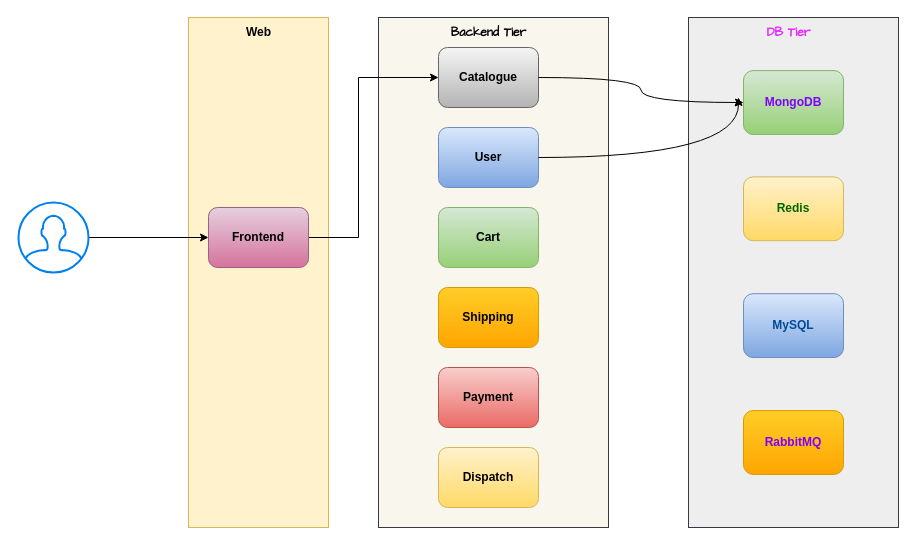
The draw.io diagram roboshop.drawio in daws-84s/diagrams, before the edit. Source tidied: cells renumbered, new cells numbered last; positions are measured from the earlier drawing's top-left corner, leaving out a move shared by most shapes. Both pictures are drawn from the tidied source at 100%, with x=0, y=0 at pixel (18, 17).
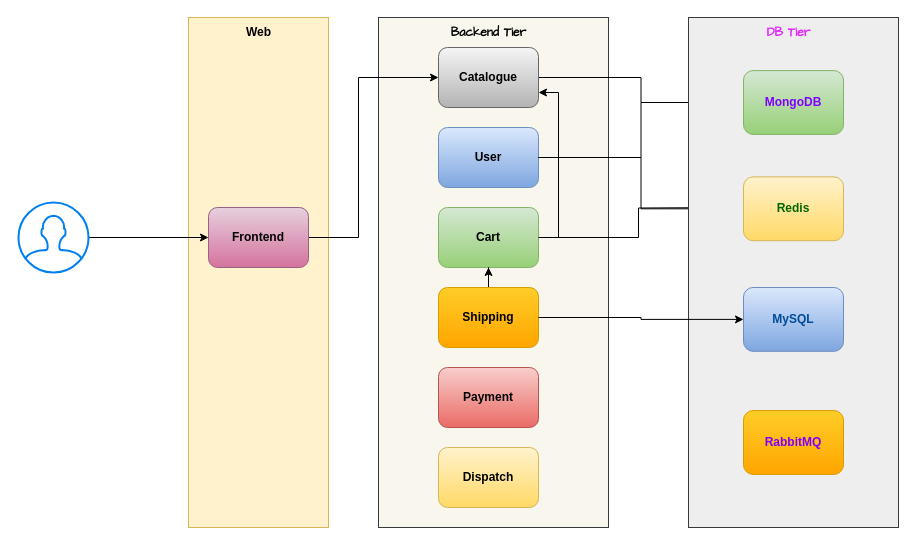
Above is the later version.

Unchanged cells that the change refers to:
```xml
<mxCell id="4" value="&lt;b&gt;Catalogue&lt;/b&gt;" style="rounded=1;whiteSpace=wrap;html=1;fillColor=#f5f5f5;gradientColor=#b3b3b3;strokeColor=#666666;" parent="1" vertex="1">
  <mxGeometry x="420" y="30" width="100" height="60" as="geometry" />
</mxCell>
<mxCell id="5" value="&lt;b&gt;User&lt;/b&gt;" style="rounded=1;whiteSpace=wrap;html=1;fillColor=#dae8fc;gradientColor=#7ea6e0;strokeColor=#6c8ebf;" parent="1" vertex="1">
  <mxGeometry x="420" y="110" width="100" height="60" as="geometry" />
</mxCell>
<mxCell id="6" value="&lt;b&gt;Cart&lt;/b&gt;" style="rounded=1;whiteSpace=wrap;html=1;fillColor=#d5e8d4;gradientColor=#97d077;strokeColor=#82b366;" parent="1" vertex="1">
  <mxGeometry x="420" y="190" width="100" height="60" as="geometry" />
</mxCell>
<mxCell id="7" value="&lt;b&gt;Shipping&lt;/b&gt;" style="rounded=1;whiteSpace=wrap;html=1;fillColor=#ffcd28;gradientColor=#ffa500;strokeColor=#d79b00;" parent="1" vertex="1">
  <mxGeometry x="420" y="270" width="100" height="60" as="geometry" />
</mxCell>
<mxCell id="11" value="&lt;b&gt;Frontend&lt;/b&gt;" style="rounded=1;whiteSpace=wrap;html=1;fillColor=#e6d0de;gradientColor=#d5739d;strokeColor=#996185;" parent="1" vertex="1">
  <mxGeometry x="190" y="190" width="100" height="60" as="geometry" />
</mxCell>
<mxCell id="17" value="&lt;b&gt;&lt;font style=&quot;color: rgb(127, 0, 255);&quot;&gt;MongoDB&lt;/font&gt;&lt;/b&gt;" style="rounded=1;whiteSpace=wrap;html=1;fillColor=#d5e8d4;gradientColor=#97d077;strokeColor=#82b366;" parent="16" vertex="1">
  <mxGeometry y="53.1" width="100" height="63.8" as="geometry" />
</mxCell>
<mxCell id="18" value="&lt;b&gt;&lt;font style=&quot;color: rgb(0, 102, 0);&quot;&gt;Redis&lt;/font&gt;&lt;/b&gt;" style="rounded=1;whiteSpace=wrap;html=1;fillColor=#fff2cc;gradientColor=#ffd966;strokeColor=#d6b656;" parent="16" vertex="1">
  <mxGeometry y="159.4" width="100" height="63.8" as="geometry" />
</mxCell>
```

The edit, as a diff of the source:
```diff
@@
+    <mxCell id="22" style="edgeStyle=orthogonalEdgeStyle;rounded=0;jettySize=auto;html=1;entryX=0;entryY=0.5;entryDx=0;entryDy=0;flowAnimation=1;" parent="1" edge="1" source="4" target="17">
+      <mxGeometry relative="1" as="geometry" />
+    </mxCell>
@@
+    <mxCell id="26" style="edgeStyle=orthogonalEdgeStyle;rounded=0;jettySize=auto;html=1;entryX=1;entryY=0.75;entryDx=0;entryDy=0;flowAnimation=1;" parent="1" edge="1" source="6" target="4">
+      <mxGeometry relative="1" as="geometry">
+        <Array as="points">
+          <mxPoint x="540" y="220" />
+          <mxPoint x="540" y="75" />
+        </Array>
+      </mxGeometry>
+    </mxCell>
@@
+    <mxCell id="27" style="edgeStyle=orthogonalEdgeStyle;rounded=0;jettySize=auto;html=1;" parent="1" edge="1" source="7" target="6">
+      <mxGeometry relative="1" as="geometry" />
+    </mxCell>
@@
-    <mxCell id="14" style="group;" parent="1" vertex="1">
-      <mxGeometry x="670" width="210" height="510" as="geometry" />
-    </mxCell>
+    <mxCell id="24" style="edgeStyle=orthogonalEdgeStyle;rounded=0;jettySize=auto;html=1;" parent="1" edge="1" source="25" target="11">
+      <mxGeometry relative="1" as="geometry" />
+    </mxCell>
+    <mxCell id="25" style="html=1;verticalLabelPosition=bottom;align=center;labelBackgroundColor=#ffffff;verticalAlign=top;strokeWidth=2;strokeColor=#0080F0;shadow=0;dashed=0;shape=mxgraph.ios7.icons.user;" parent="1" vertex="1">
+      <mxGeometry y="185" width="70" height="70" as="geometry" />
+    </mxCell>
+    <mxCell id="28" style="edgeStyle=orthogonalEdgeStyle;rounded=0;jettySize=auto;html=1;entryX=0;entryY=0.5;entryDx=0;entryDy=0;flowAnimation=1;" parent="1" edge="1" source="5" target="17">
+      <mxGeometry relative="1" as="geometry" />
+    </mxCell>
+    <mxCell id="29" style="edgeStyle=orthogonalEdgeStyle;rounded=0;jettySize=auto;html=1;entryX=0;entryY=0.5;entryDx=0;entryDy=0;flowAnimation=1;" parent="1" edge="1" source="5" target="18">
+      <mxGeometry relative="1" as="geometry" />
+    </mxCell>
+    <mxCell id="30" style="edgeStyle=orthogonalEdgeStyle;rounded=0;jettySize=auto;html=1;flowAnimation=1;" parent="1" edge="1" source="6">
+      <mxGeometry relative="1" as="geometry">
+        <mxPoint x="720" y="190" as="targetPoint" />
+      </mxGeometry>
+    </mxCell>
-    <mxCell id="15" style="rounded=0;whiteSpace=wrap;html=1;fillColor=#eeeeee;strokeColor=#36393d;" parent="14" vertex="1">
-      <mxGeometry width="210" height="510" as="geometry" />
+    <mxCell id="15" style="rounded=0;whiteSpace=wrap;html=1;fillColor=#eeeeee;strokeColor=#36393d;" parent="1" vertex="1">
+      <mxGeometry x="670" width="210" height="510" as="geometry" />
     </mxCell>
-    <mxCell id="16" style="group;" parent="14" vertex="1">
-      <mxGeometry x="55" width="100" height="456.9" as="geometry" />
+    <mxCell id="16" style="group;" parent="1" vertex="1">
+      <mxGeometry x="725" width="100" height="456.9" as="geometry" />
     </mxCell>
@@
     <mxCell id="19" value="&lt;b&gt;&lt;font style=&quot;color: rgb(0, 76, 153);&quot;&gt;MySQL&lt;/font&gt;&lt;/b&gt;" style="rounded=1;whiteSpace=wrap;html=1;fillColor=#dae8fc;gradientColor=#7ea6e0;strokeColor=#6c8ebf;" parent="16" vertex="1">
-      <mxGeometry y="276.2" width="100" height="63.8" as="geometry" />
+      <mxGeometry y="270" width="100" height="63.8" as="geometry" />
     </mxCell>
@@
-    <mxCell id="22" style="edgeStyle=orthogonalEdgeStyle;rounded=0;jettySize=auto;html=1;entryX=0;entryY=0.5;entryDx=0;entryDy=0;curved=1;" parent="1" edge="1" source="4" target="17">
-      <mxGeometry relative="1" as="geometry" />
-    </mxCell>
-    <mxCell id="23" style="edgeStyle=orthogonalEdgeStyle;rounded=0;jettySize=auto;html=1;curved=1;" parent="1" edge="1" source="5">
-      <mxGeometry relative="1" as="geometry">
-        <mxPoint x="720" y="80" as="targetPoint" />
-      </mxGeometry>
-    </mxCell>
-    <mxCell id="24" style="edgeStyle=orthogonalEdgeStyle;rounded=0;jettySize=auto;html=1;" parent="1" edge="1" source="25" target="11">
-      <mxGeometry relative="1" as="geometry" />
-    </mxCell>
-    <mxCell id="25" style="html=1;verticalLabelPosition=bottom;align=center;labelBackgroundColor=#ffffff;verticalAlign=top;strokeWidth=2;strokeColor=#0080F0;shadow=0;dashed=0;shape=mxgraph.ios7.icons.user;" parent="1" vertex="1">
-      <mxGeometry y="185" width="70" height="70" as="geometry" />
-    </mxCell>
+    <mxCell id="31" style="edgeStyle=orthogonalEdgeStyle;rounded=0;jettySize=auto;html=1;" parent="1" edge="1" source="7" target="19">
+      <mxGeometry relative="1" as="geometry" />
+    </mxCell>
```
